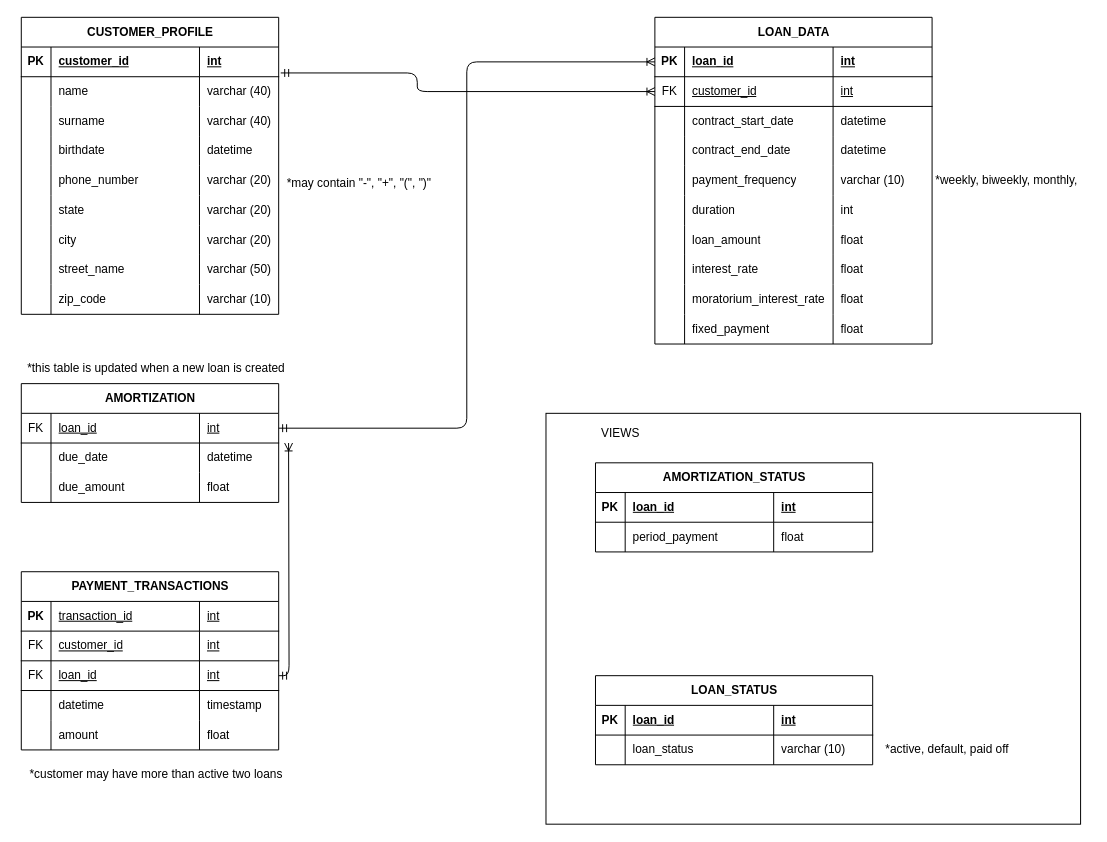
This is Diagrama sin título.drawio from saul-soto/business-case-assessment, a draw.io file, before an edit. Source tidied: cells renumbered, new cells numbered last; positions are measured from the earlier drawing's top-left corner, leaving out a move shared by most shapes. Both pictures are drawn from the tidied source at 99%, with x=0, y=0 at pixel (17, 17).
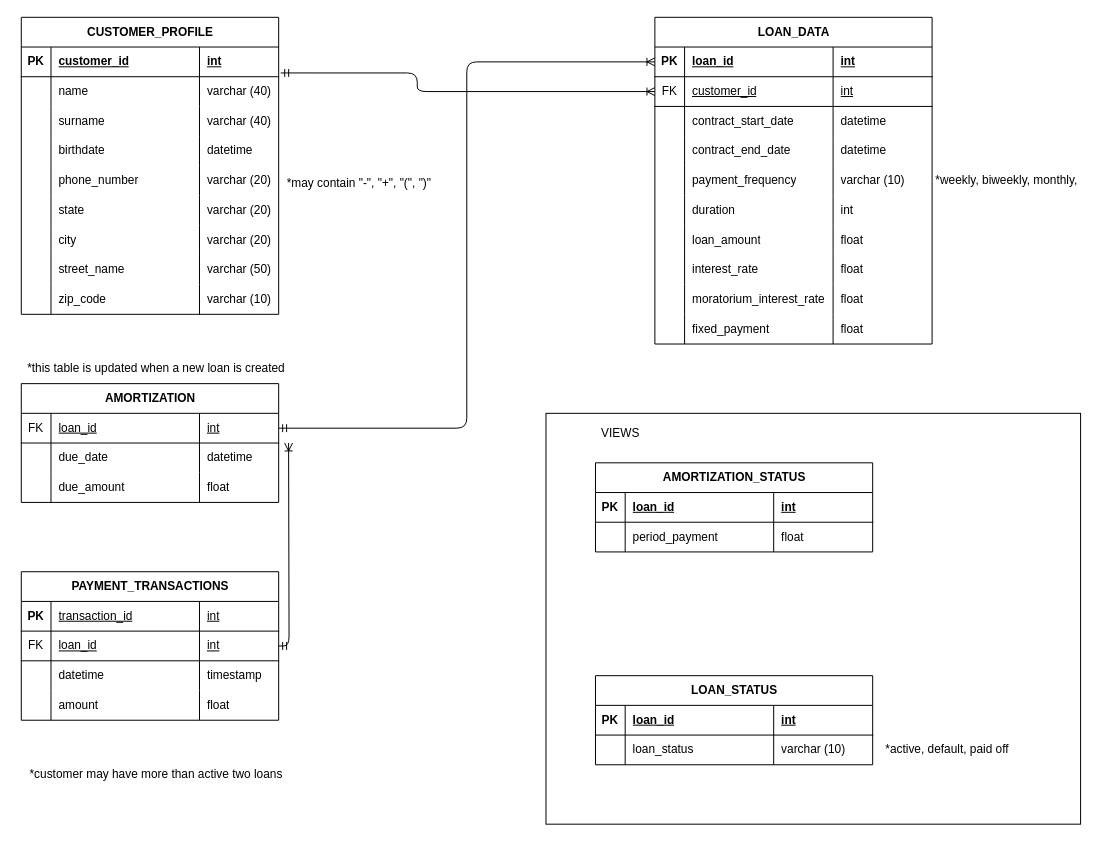
The same page after the edit.

Diff of the diagram source:
```diff
@@
     <mxCell id="82" value="PAYMENT_TRANSACTIONS" style="shape=table;startSize=30;childLayout=tableLayout;rowLines=0;fontStyle=1;align=center;html=1;" parent="1" vertex="1">
-      <mxGeometry x="4" y="560" width="260" height="180" as="geometry" />
+      <mxGeometry x="4" y="560" width="260" height="150" as="geometry" />
     </mxCell>
@@
-    <mxCell id="87" style="shape=tableRow;horizontal=0;startSize=0;swimlaneHead=0;swimlaneBody=0;fillColor=none;top=0;left=0;right=0;bottom=1;" parent="82" vertex="1">
-      <mxGeometry y="60" width="260" height="30" as="geometry" />
-    </mxCell>
-    <mxCell id="88" value="FK" style="shape=partialRectangle;fillColor=none;top=0;left=0;bottom=0;right=0;fontStyle=0;overflow=hidden;whiteSpace=wrap;html=1;" parent="87" vertex="1">
-      <mxGeometry width="30" height="30" as="geometry" />
-    </mxCell>
-    <mxCell id="89" value="customer_id" style="shape=partialRectangle;fillColor=none;top=0;left=0;bottom=0;right=0;align=left;spacingLeft=6;fontStyle=4;overflow=hidden;whiteSpace=wrap;html=1;" parent="87" vertex="1">
-      <mxGeometry x="30" width="150" height="30" as="geometry" />
-    </mxCell>
-    <mxCell id="90" value="int" style="shape=partialRectangle;fillColor=none;top=0;left=0;bottom=0;right=0;align=left;spacingLeft=6;fontStyle=4;overflow=hidden;whiteSpace=wrap;html=1;" parent="87" vertex="1">
-      <mxGeometry x="180" width="80" height="30" as="geometry" />
-    </mxCell>
     <mxCell id="91" style="shape=tableRow;horizontal=0;startSize=0;swimlaneHead=0;swimlaneBody=0;fillColor=none;points=[[0,0.5],[1,0.5]];portConstraint=eastwest;top=0;left=0;right=0;bottom=1;" parent="82" vertex="1">
-      <mxGeometry y="90" width="260" height="30" as="geometry" />
+      <mxGeometry y="60" width="260" height="30" as="geometry" />
     </mxCell>
@@
     <mxCell id="95" style="shape=tableRow;horizontal=0;startSize=0;swimlaneHead=0;swimlaneBody=0;fillColor=none;top=0;left=0;right=0;bottom=0;" parent="82" vertex="1">
-      <mxGeometry y="120" width="260" height="30" as="geometry" />
+      <mxGeometry y="90" width="260" height="30" as="geometry" />
     </mxCell>
@@
     <mxCell id="99" style="shape=tableRow;horizontal=0;startSize=0;swimlaneHead=0;swimlaneBody=0;fillColor=none;top=0;left=0;right=0;bottom=0;" parent="82" vertex="1">
-      <mxGeometry y="150" width="260" height="30" as="geometry" />
+      <mxGeometry y="120" width="260" height="30" as="geometry" />
     </mxCell>
```
